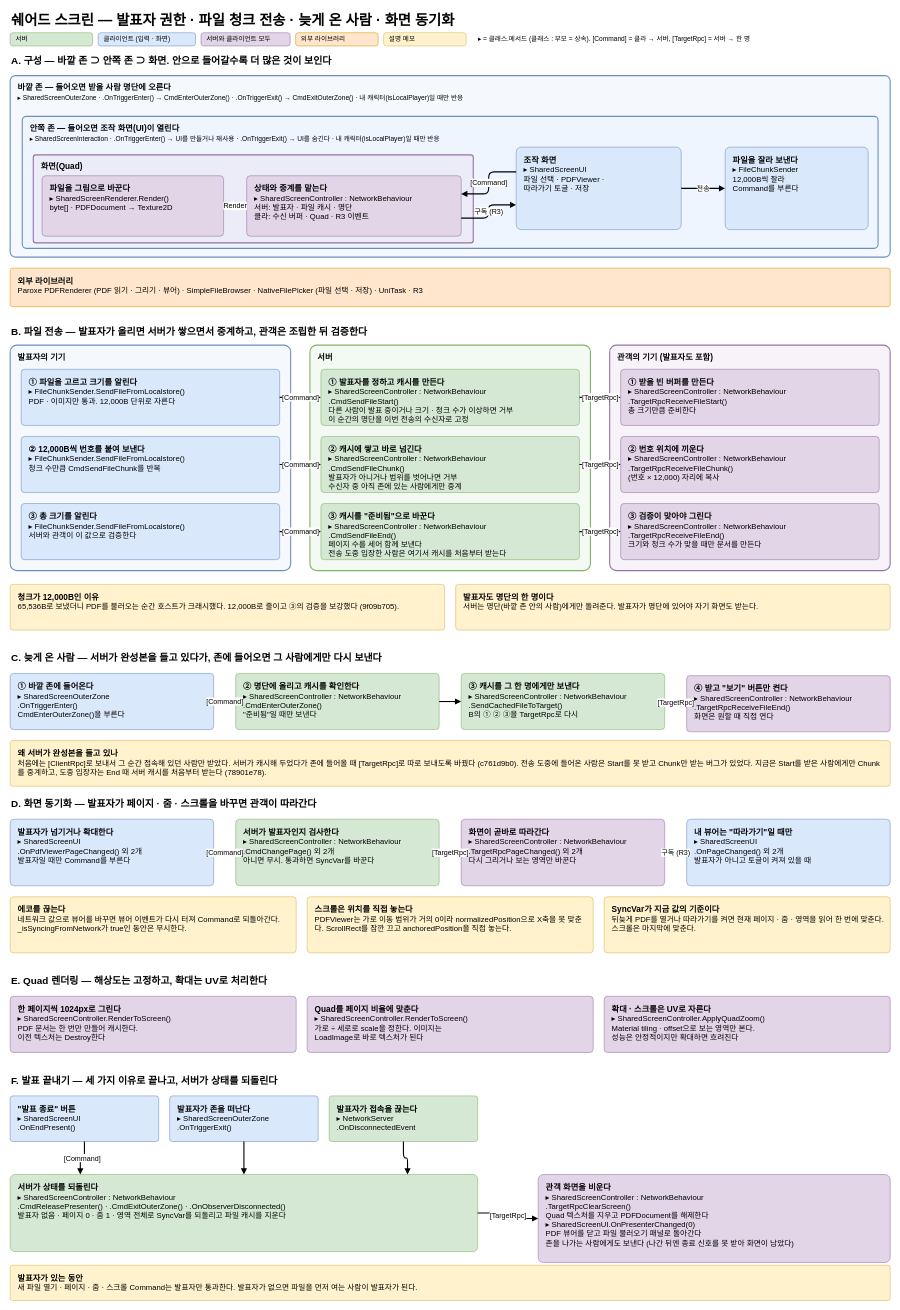
Earlier version of the draw.io diagram page "11. 쉐어드 스크린 · 파일 전송 · 동기화" (11 of 13) of architecture.drawio (BAESOOHYUN/MySecondWorld-Architecture). Source tidied: cells renumbered, new cells numbered last; positions are measured from the earlier drawing's top-left corner, leaving out a move shared by most shapes. Both pictures are drawn from the tidied source at 55%, with x=0, y=0 at pixel (10, 9).
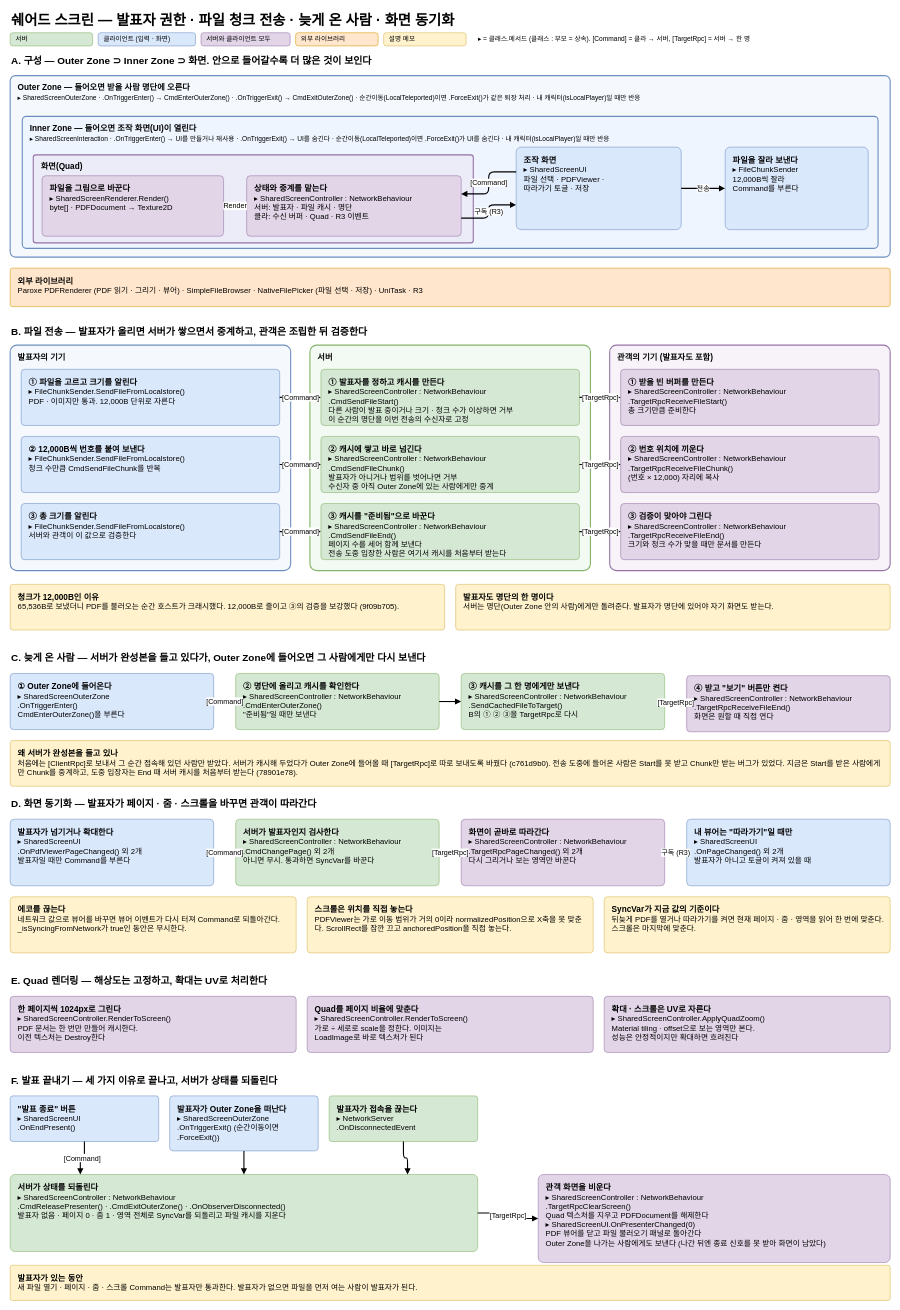
After the change.

Commit message (it also covers changes not shown here):
docs(architecture): 3p Save를 기능 모듈 줄로 올려 참조 Foundation으로 정리하고 5p 스폰 복원·6p 기억 키·11p 순간이동 퇴장 신호를 반영

The edit, as a diff of the source:
```diff
@@
-    <mxCell id="9" value="A. 구성 — 바깥 존 ⊃ 안쪽 존 ⊃ 화면. 안으로 들어갈수록 더 많은 것이 보인다" style="text;html=1;align=left;verticalAlign=middle;whiteSpace=wrap;fontSize=18;fontStyle=1;" parent="1" vertex="1">
+    <mxCell id="9" value="A. 구성 — Outer Zone ⊃ Inner Zone ⊃ 화면. 안으로 들어갈수록 더 많은 것이 보인다" style="text;html=1;align=left;verticalAlign=middle;whiteSpace=wrap;fontSize=18;fontStyle=1;" parent="1" vertex="1">
       <mxGeometry y="78" width="1560" height="31" as="geometry" />
     </mxCell>
-    <mxCell id="10" value="&lt;span style=&quot;font-size:15px&quot;&gt;바깥 존 — 들어오면 받을 사람 명단에 오른다&lt;/span&gt;&lt;br&gt;&lt;span style=&quot;font-weight:normal;font-size:12px&quot;&gt;▸ SharedScreenOuterZone · .OnTriggerEnter() → CmdEnterOuterZone() · .OnTriggerExit() → CmdExitOuterZone() · 내 캐릭터(isLocalPlayer)일 때만 반응&lt;/span&gt;" style="rounded=1;arcSize=3;whiteSpace=wrap;html=1;fillColor=#DAE8FC;fillOpacity=28;strokeColor=#6C8EBF;strokeWidth=2;verticalAlign=top;align=left;spacingLeft=12;spacingTop=6;fontStyle=1;fontSize=15;" parent="1" vertex="1">
+    <mxCell id="10" value="&lt;span style=&quot;font-size:15px&quot;&gt;Outer Zone — 들어오면 받을 사람 명단에 오른다&lt;/span&gt;&lt;br&gt;&lt;span style=&quot;font-weight:normal;font-size:12px&quot;&gt;▸ SharedScreenOuterZone · .OnTriggerEnter() → CmdEnterOuterZone() · .OnTriggerExit() → CmdExitOuterZone() · 순간이동(LocalTeleported)이면 .ForceExit()가 같은 퇴장 처리 · 내 캐릭터(isLocalPlayer)일 때만 반응&lt;/span&gt;" style="rounded=1;arcSize=3;whiteSpace=wrap;html=1;fillColor=#DAE8FC;fillOpacity=28;strokeColor=#6C8EBF;strokeWidth=2;verticalAlign=top;align=left;spacingLeft=12;spacingTop=6;fontStyle=1;fontSize=15;" parent="1" vertex="1">
       <mxGeometry y="120" width="1600" height="330" as="geometry" />
     </mxCell>
-    <mxCell id="11" value="&lt;span style=&quot;font-size:15px&quot;&gt;안쪽 존 — 들어오면 조작 화면(UI)이 열린다&lt;/span&gt;&lt;br&gt;&lt;span style=&quot;font-weight:normal;font-size:12px&quot;&gt;▸ SharedScreenInteraction · .OnTriggerEnter() → UI를 만들거나 재사용 · .OnTriggerExit() → UI를 숨긴다 · 내 캐릭터(isLocalPlayer)일 때만 반응&lt;/span&gt;" style="rounded=1;arcSize=3;whiteSpace=wrap;html=1;fillColor=#DAE8FC;fillOpacity=28;strokeColor=#6C8EBF;strokeWidth=2;verticalAlign=top;align=left;spacingLeft=12;spacingTop=6;fontStyle=1;fontSize=15;" parent="1" vertex="1">
+    <mxCell id="11" value="&lt;span style=&quot;font-size:15px&quot;&gt;Inner Zone — 들어오면 조작 화면(UI)이 열린다&lt;/span&gt;&lt;br&gt;&lt;span style=&quot;font-weight:normal;font-size:12px&quot;&gt;▸ SharedScreenInteraction · .OnTriggerEnter() → UI를 만들거나 재사용 · .OnTriggerExit() → UI를 숨긴다 · 순간이동(LocalTeleported)이면 .ForceExit()가 UI를 숨긴다 · 내 캐릭터(isLocalPlayer)일 때만 반응&lt;/span&gt;" style="rounded=1;arcSize=3;whiteSpace=wrap;html=1;fillColor=#DAE8FC;fillOpacity=28;strokeColor=#6C8EBF;strokeWidth=2;verticalAlign=top;align=left;spacingLeft=12;spacingTop=6;fontStyle=1;fontSize=15;" parent="1" vertex="1">
       <mxGeometry x="22" y="194" width="1556" height="240" as="geometry" />
     </mxCell>
@@
-    <mxCell id="32" value="&lt;b style=&quot;font-size:15px&quot;&gt;② 캐시에 쌓고 바로 넘긴다&lt;/b&gt;&lt;br&gt;&lt;span style=&quot;font-size:14px&quot;&gt;▸ SharedScreenController : NetworkBehaviour&lt;br&gt;.CmdSendFileChunk()&lt;br&gt;발표자가 아니거나 범위를 벗어나면 거부&lt;br&gt;수신자 중 아직 존에 있는 사람에게만 중계&lt;/span&gt;" style="rounded=1;arcSize=6;whiteSpace=wrap;html=1;fillColor=#D5E8D4;strokeColor=#82B366;align=left;verticalAlign=top;spacingLeft=12;spacingRight=10;spacingTop=8;spacingBottom=6;fontSize=14;" parent="1" vertex="1">
+    <mxCell id="32" value="&lt;b style=&quot;font-size:15px&quot;&gt;② 캐시에 쌓고 바로 넘긴다&lt;/b&gt;&lt;br&gt;&lt;span style=&quot;font-size:14px&quot;&gt;▸ SharedScreenController : NetworkBehaviour&lt;br&gt;.CmdSendFileChunk()&lt;br&gt;발표자가 아니거나 범위를 벗어나면 거부&lt;br&gt;수신자 중 아직 Outer Zone에 있는 사람에게만 중계&lt;/span&gt;" style="rounded=1;arcSize=6;whiteSpace=wrap;html=1;fillColor=#D5E8D4;strokeColor=#82B366;align=left;verticalAlign=top;spacingLeft=12;spacingRight=10;spacingTop=8;spacingBottom=6;fontSize=14;" parent="1" vertex="1">
       <mxGeometry x="565" y="776" width="470" height="102" as="geometry" />
     </mxCell>
@@
-    <mxCell id="42" value="&lt;b style=&quot;font-size:15px&quot;&gt;발표자도 명단의 한 명이다&lt;/b&gt;&lt;br&gt;&lt;span style=&quot;font-size:14px&quot;&gt;서버는 명단(바깥 존 안의 사람)에게만 돌려준다. 발표자가 명단에 있어야 자기 화면도 받는다.&lt;/span&gt;" style="rounded=1;arcSize=6;whiteSpace=wrap;html=1;fillColor=#FFF2CC;strokeColor=#D6B656;align=left;verticalAlign=top;spacingLeft=12;spacingRight=10;spacingTop=8;spacingBottom=6;fontSize=14;" parent="1" vertex="1">
+    <mxCell id="42" value="&lt;b style=&quot;font-size:15px&quot;&gt;발표자도 명단의 한 명이다&lt;/b&gt;&lt;br&gt;&lt;span style=&quot;font-size:14px&quot;&gt;서버는 명단(Outer Zone 안의 사람)에게만 돌려준다. 발표자가 명단에 있어야 자기 화면도 받는다.&lt;/span&gt;" style="rounded=1;arcSize=6;whiteSpace=wrap;html=1;fillColor=#FFF2CC;strokeColor=#D6B656;align=left;verticalAlign=top;spacingLeft=12;spacingRight=10;spacingTop=8;spacingBottom=6;fontSize=14;" parent="1" vertex="1">
       <mxGeometry x="810" y="1045" width="790" height="83" as="geometry" />
     </mxCell>
-    <mxCell id="43" value="C. 늦게 온 사람 — 서버가 완성본을 들고 있다가, 존에 들어오면 그 사람에게만 다시 보낸다" style="text;html=1;align=left;verticalAlign=middle;whiteSpace=wrap;fontSize=18;fontStyle=1;" parent="1" vertex="1">
+    <mxCell id="43" value="C. 늦게 온 사람 — 서버가 완성본을 들고 있다가, Outer Zone에 들어오면 그 사람에게만 다시 보낸다" style="text;html=1;align=left;verticalAlign=middle;whiteSpace=wrap;fontSize=18;fontStyle=1;" parent="1" vertex="1">
       <mxGeometry y="1163" width="1560" height="31" as="geometry" />
     </mxCell>
-    <mxCell id="44" value="&lt;b style=&quot;font-size:15px&quot;&gt;① 바깥 존에 들어온다&lt;/b&gt;&lt;br&gt;&lt;span style=&quot;font-size:14px&quot;&gt;▸ SharedScreenOuterZone&lt;br&gt;.OnTriggerEnter()&lt;br&gt;CmdEnterOuterZone()을 부른다&lt;/span&gt;" style="rounded=1;arcSize=6;whiteSpace=wrap;html=1;fillColor=#DAE8FC;strokeColor=#6C8EBF;align=left;verticalAlign=top;spacingLeft=12;spacingRight=10;spacingTop=8;spacingBottom=6;fontSize=14;" parent="1" vertex="1">
+    <mxCell id="44" value="&lt;b style=&quot;font-size:15px&quot;&gt;① Outer Zone에 들어온다&lt;/b&gt;&lt;br&gt;&lt;span style=&quot;font-size:14px&quot;&gt;▸ SharedScreenOuterZone&lt;br&gt;.OnTriggerEnter()&lt;br&gt;CmdEnterOuterZone()을 부른다&lt;/span&gt;" style="rounded=1;arcSize=6;whiteSpace=wrap;html=1;fillColor=#DAE8FC;strokeColor=#6C8EBF;align=left;verticalAlign=top;spacingLeft=12;spacingRight=10;spacingTop=8;spacingBottom=6;fontSize=14;" parent="1" vertex="1">
       <mxGeometry y="1207" width="370" height="102" as="geometry" />
     </mxCell>
@@
-    <mxCell id="51" value="&lt;b style=&quot;font-size:15px&quot;&gt;왜 서버가 완성본을 들고 있나&lt;/b&gt;&lt;br&gt;&lt;span style=&quot;font-size:14px&quot;&gt;처음에는 [ClientRpc]로 보내서 그 순간 접속해 있던 사람만 받았다. 서버가 캐시해 두었다가 존에 들어올 때 [TargetRpc]로 따로 보내도록 바꿨다 (c761d9b0). 전송 도중에 들어온 사람은 Start를 못 받고 Chunk만 받는 버그가 있었다. 지금은 Start를 받은 사람에게만 Chunk를 중계하고, 도중 입장자는 End 때 서버 캐시를 처음부터 받는다 (78901e78).&lt;/span&gt;" style="rounded=1;arcSize=6;whiteSpace=wrap;html=1;fillColor=#FFF2CC;strokeColor=#D6B656;align=left;verticalAlign=top;spacingLeft=12;spacingRight=10;spacingTop=8;spacingBottom=6;fontSize=14;" parent="1" vertex="1">
+    <mxCell id="51" value="&lt;b style=&quot;font-size:15px&quot;&gt;왜 서버가 완성본을 들고 있나&lt;/b&gt;&lt;br&gt;&lt;span style=&quot;font-size:14px&quot;&gt;처음에는 [ClientRpc]로 보내서 그 순간 접속해 있던 사람만 받았다. 서버가 캐시해 두었다가 Outer Zone에 들어올 때 [TargetRpc]로 따로 보내도록 바꿨다 (c761d9b0). 전송 도중에 들어온 사람은 Start를 못 받고 Chunk만 받는 버그가 있었다. 지금은 Start를 받은 사람에게만 Chunk를 중계하고, 도중 입장자는 End 때 서버 캐시를 처음부터 받는다 (78901e78).&lt;/span&gt;" style="rounded=1;arcSize=6;whiteSpace=wrap;html=1;fillColor=#FFF2CC;strokeColor=#D6B656;align=left;verticalAlign=top;spacingLeft=12;spacingRight=10;spacingTop=8;spacingBottom=6;fontSize=14;" parent="1" vertex="1">
       <mxGeometry y="1329" width="1600" height="83" as="geometry" />
     </mxCell>
@@
-    <mxCell id="69" value="&lt;b style=&quot;font-size:15px&quot;&gt;발표자가 존을 떠난다&lt;/b&gt;&lt;br&gt;&lt;span style=&quot;font-size:14px&quot;&gt;▸ SharedScreenOuterZone&lt;br&gt;.OnTriggerExit()&lt;/span&gt;" style="rounded=1;arcSize=6;whiteSpace=wrap;html=1;fillColor=#DAE8FC;strokeColor=#6C8EBF;align=left;verticalAlign=top;spacingLeft=12;spacingRight=10;spacingTop=8;spacingBottom=6;fontSize=14;" parent="1" vertex="1">
-      <mxGeometry x="290" y="1975" width="270" height="83" as="geometry" />
+    <mxCell id="69" value="&lt;b style=&quot;font-size:15px&quot;&gt;발표자가 Outer Zone을 떠난다&lt;/b&gt;&lt;br&gt;&lt;span style=&quot;font-size:14px&quot;&gt;▸ SharedScreenOuterZone&lt;br&gt;.OnTriggerExit() (순간이동이면 .ForceExit())&lt;/span&gt;" style="rounded=1;arcSize=6;whiteSpace=wrap;html=1;fillColor=#DAE8FC;strokeColor=#6C8EBF;align=left;verticalAlign=top;spacingLeft=12;spacingRight=10;spacingTop=8;spacingBottom=6;fontSize=14;" parent="1" vertex="1">
+      <mxGeometry x="290" y="1975" width="270" height="100" as="geometry" />
     </mxCell>
@@
-    <mxCell id="72" value="&lt;b style=&quot;font-size:15px&quot;&gt;관객 화면을 비운다&lt;/b&gt;&lt;br&gt;&lt;span style=&quot;font-size:14px&quot;&gt;▸ SharedScreenController : NetworkBehaviour&lt;br&gt;.TargetRpcClearScreen()&lt;br&gt;Quad 텍스처를 지우고 PDFDocument를 해제한다&lt;br&gt;▸ SharedScreenUI.OnPresenterChanged(0)&lt;br&gt;PDF 뷰어를 닫고 파일 불러오기 패널로 돌아간다&lt;br&gt;존을 나가는 사람에게도 보낸다 (나간 뒤엔 종료 신호를 못 받아 화면이 남았다)&lt;/span&gt;" style="rounded=1;arcSize=6;whiteSpace=wrap;html=1;fillColor=#E1D5E7;strokeColor=#9673A6;align=left;verticalAlign=top;spacingLeft=12;spacingRight=10;spacingTop=8;spacingBottom=6;fontSize=14;" parent="1" vertex="1">
+    <mxCell id="72" value="&lt;b style=&quot;font-size:15px&quot;&gt;관객 화면을 비운다&lt;/b&gt;&lt;br&gt;&lt;span style=&quot;font-size:14px&quot;&gt;▸ SharedScreenController : NetworkBehaviour&lt;br&gt;.TargetRpcClearScreen()&lt;br&gt;Quad 텍스처를 지우고 PDFDocument를 해제한다&lt;br&gt;▸ SharedScreenUI.OnPresenterChanged(0)&lt;br&gt;PDF 뷰어를 닫고 파일 불러오기 패널로 돌아간다&lt;br&gt;Outer Zone을 나가는 사람에게도 보낸다 (나간 뒤엔 종료 신호를 못 받아 화면이 남았다)&lt;/span&gt;" style="rounded=1;arcSize=6;whiteSpace=wrap;html=1;fillColor=#E1D5E7;strokeColor=#9673A6;align=left;verticalAlign=top;spacingLeft=12;spacingRight=10;spacingTop=8;spacingBottom=6;fontSize=14;" parent="1" vertex="1">
       <mxGeometry x="960" y="2118" width="640" height="160" as="geometry" />
     </mxCell>
```
